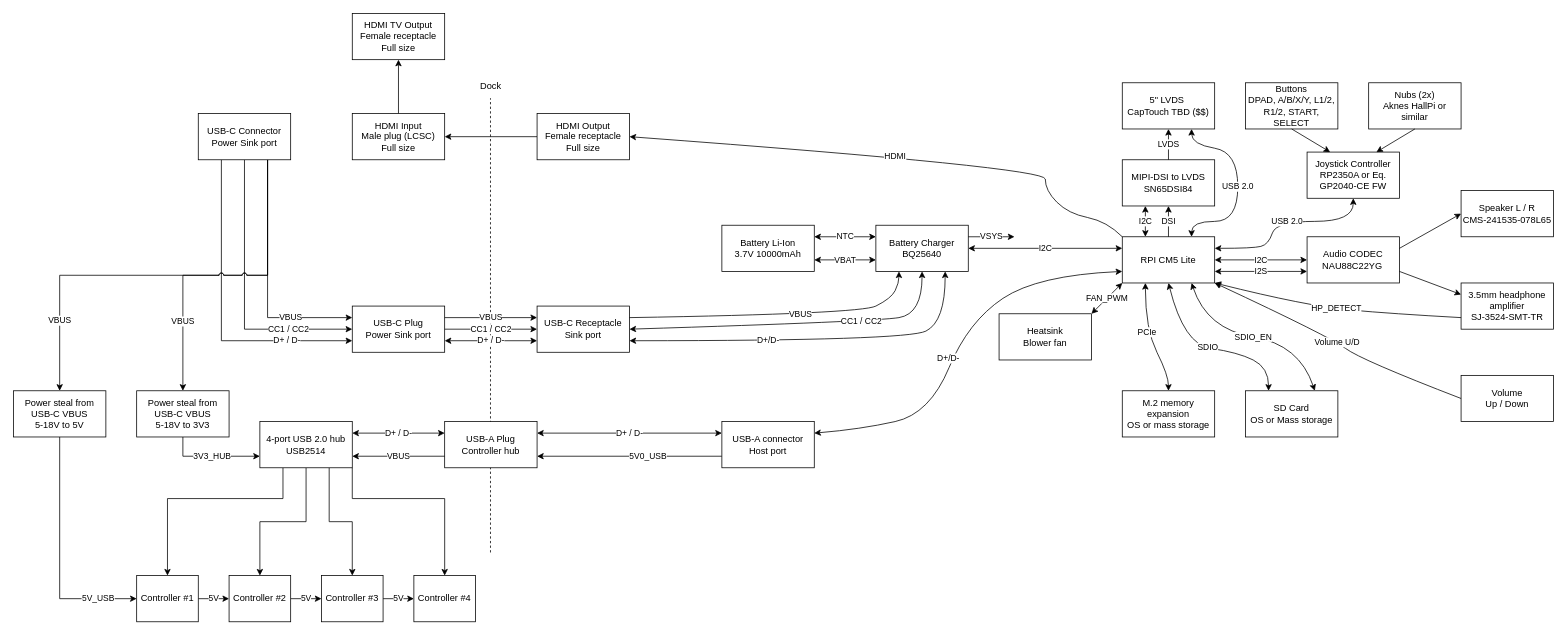
Before: page "High-level overview" (1 of 2) of hardware/Rev1_00-0a/block diagram/Consolation - Block diagram.drawio in lecejeff/Consolation, a draw.io diagram. Source tidied: cells renumbered, new cells numbered last; positions are measured from the earlier drawing's top-left corner, leaving out a move shared by most shapes. Both pictures are drawn from the tidied source at 77%, with x=0, y=0 at pixel (13, 13).
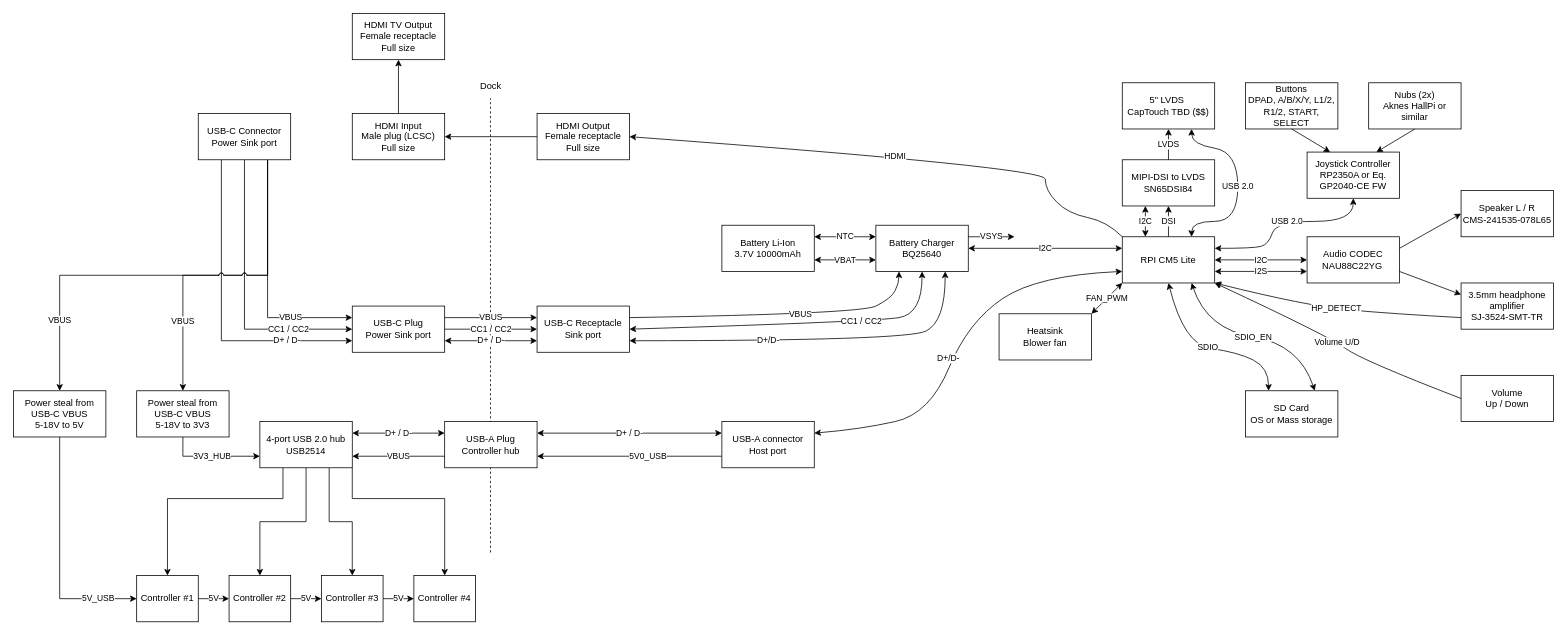
The same diagram, later.

The change refers to these unchanged cells:
```xml
<mxCell id="2" value="RPI CM5 Lite" style="rounded=0;whiteSpace=wrap;html=1;" parent="1" vertex="1">
  <mxGeometry x="1440" y="290" width="120" height="60" as="geometry" />
</mxCell>
```

The edit, as a diff of the source:
```diff
@@
-    <mxCell id="5" value="M.2 memory expansion&lt;br&gt;OS or mass storage" style="rounded=0;whiteSpace=wrap;html=1;" parent="1" vertex="1">
-      <mxGeometry x="1440" y="490" width="120" height="60" as="geometry" />
-    </mxCell>
@@
-    <mxCell id="37" value="PCIe" style="curved=1;endArrow=classic;html=1;rounded=0;exitX=0.25;exitY=1;exitDx=0;exitDy=0;entryX=0.5;entryY=0;entryDx=0;entryDy=0;startArrow=classic;startFill=1;" parent="1" edge="1" source="2" target="5">
-      <mxGeometry x="-0.11" relative="1" as="geometry">
-        <Array as="points">
-          <mxPoint x="1470" y="410" />
-          <mxPoint x="1500" y="470" />
-        </Array>
-      </mxGeometry>
-    </mxCell>
```
